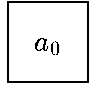
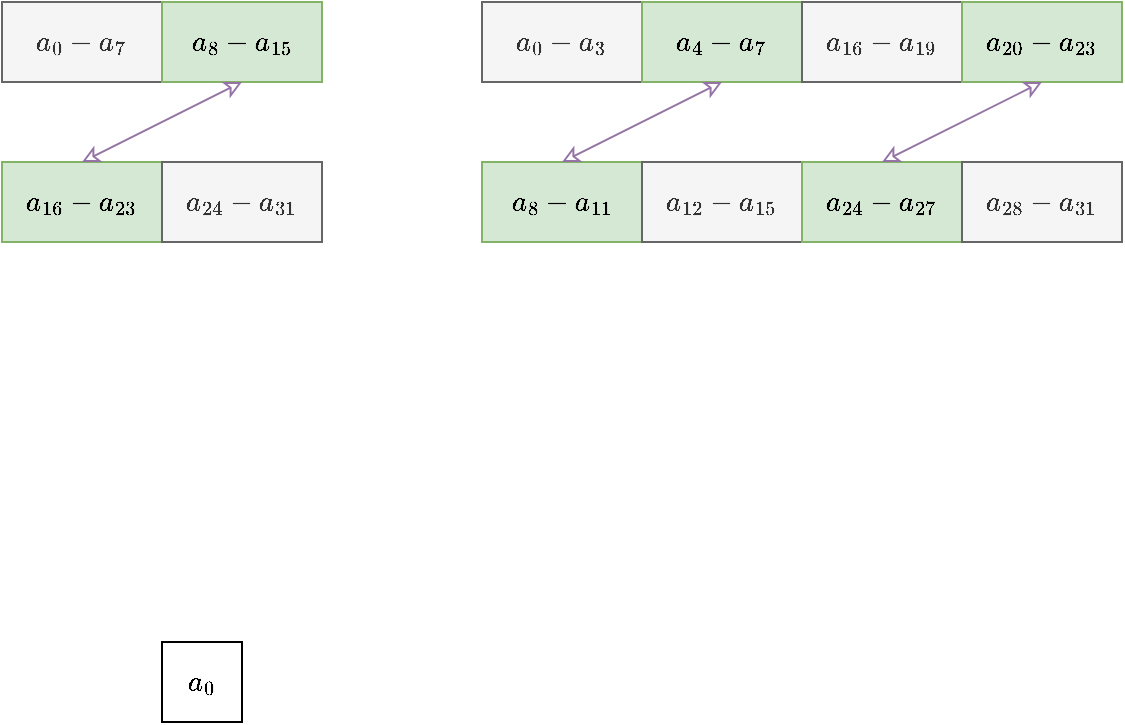
<mxfile host="app.diagrams.net" agent="Mozilla/5.0 (Windows NT 10.0; Win64; x64) AppleWebKit/537.36 (KHTML, like Gecko) Chrome/147.0.0.0 Safari/537.36" version="29.6.1">
  <diagram name="第 1 页" id="UbJ6MV8FVpi-ZYWMkB0j">
-     <mxGraphModel dx="1048" dy="558" grid="1" gridSize="10" guides="1" tooltips="1" connect="1" arrows="1" fold="1" page="1" pageScale="1" pageWidth="827" pageHeight="1169" math="1" shadow="0">
+     <mxGraphModel dx="762" dy="1129" grid="1" gridSize="10" guides="1" tooltips="1" connect="1" arrows="1" fold="1" page="1" pageScale="1" pageWidth="827" pageHeight="1169" math="1" shadow="0">
      <root>
        <mxCell id="0" />
        <mxCell id="1" parent="0" />
-         <mxCell id="G6SOBiEDir63Zw337Slv-2" parent="1" style="rounded=0;whiteSpace=wrap;html=1;fontFamily=Helvetica;" value="$$a_0$$" vertex="1">
-           <mxGeometry height="40" width="40" x="300" y="320" as="geometry" />
+         <mxCell id="G6SOBiEDir63Zw337Slv-2" parent="1" style="rounded=0;whiteSpace=wrap;html=1;fontFamily=Helvetica;fontSize=12;" value="$$a_0$$" vertex="1">
+           <mxGeometry height="40" width="40" x="120" y="400" as="geometry" />
+         </mxCell>
+         <mxCell id="FTr905Ipk6vJkZgdHHFr-1" parent="1" style="rounded=0;whiteSpace=wrap;html=1;fontSize=12;fillColor=#f5f5f5;fontColor=#333333;strokeColor=#666666;" value="$$a_{0} - a_{7}$$" vertex="1">
+           <mxGeometry height="40" width="80" x="40" y="80" as="geometry" />
+         </mxCell>
+         <mxCell id="FTr905Ipk6vJkZgdHHFr-2" parent="1" style="rounded=0;whiteSpace=wrap;html=1;fontSize=12;fillColor=#d5e8d4;strokeColor=#82b366;" value="$$a_{8} - a_{15}$$" vertex="1">
+           <mxGeometry height="40" width="80" x="120" y="80" as="geometry" />
+         </mxCell>
+         <mxCell id="FTr905Ipk6vJkZgdHHFr-3" parent="1" style="rounded=0;whiteSpace=wrap;html=1;fontSize=12;fillColor=#d5e8d4;strokeColor=#82b366;" value="$$a_{16} - a_{23}$$" vertex="1">
+           <mxGeometry height="40" width="80" x="40" y="160" as="geometry" />
+         </mxCell>
+         <mxCell id="FTr905Ipk6vJkZgdHHFr-4" parent="1" style="rounded=0;whiteSpace=wrap;html=1;fontSize=12;fillColor=#f5f5f5;fontColor=#333333;strokeColor=#666666;" value="$$a_{24} - a_{31}$$" vertex="1">
+           <mxGeometry height="40" width="80" x="120" y="160" as="geometry" />
+         </mxCell>
+         <mxCell id="FTr905Ipk6vJkZgdHHFr-5" edge="1" parent="1" source="FTr905Ipk6vJkZgdHHFr-3" style="rounded=0;orthogonalLoop=1;jettySize=auto;html=1;endArrow=classic;endFill=0;strokeWidth=1;fillColor=#e1d5e7;strokeColor=#9673a6;startArrow=classic;startFill=0;entryX=0.5;entryY=1;entryDx=0;entryDy=0;exitX=0.5;exitY=0;exitDx=0;exitDy=0;" target="FTr905Ipk6vJkZgdHHFr-2">
+           <mxGeometry relative="1" as="geometry">
+             <mxPoint x="80" y="150" as="sourcePoint" />
+             <mxPoint x="160" y="130" as="targetPoint" />
+           </mxGeometry>
+         </mxCell>
+         <mxCell id="FTr905Ipk6vJkZgdHHFr-6" parent="1" style="rounded=0;whiteSpace=wrap;html=1;fontSize=12;fillColor=#f5f5f5;fontColor=#333333;strokeColor=#666666;" value="$$a_{0} - a_{3}$$" vertex="1">
+           <mxGeometry height="40" width="80" x="280" y="80" as="geometry" />
+         </mxCell>
+         <mxCell id="FTr905Ipk6vJkZgdHHFr-7" parent="1" style="rounded=0;whiteSpace=wrap;html=1;fontSize=12;fillColor=#d5e8d4;strokeColor=#82b366;" value="$$a_{4} - a_{7}$$" vertex="1">
+           <mxGeometry height="40" width="80" x="360" y="80" as="geometry" />
+         </mxCell>
+         <mxCell id="FTr905Ipk6vJkZgdHHFr-8" parent="1" style="rounded=0;whiteSpace=wrap;html=1;fontSize=12;fillColor=#d5e8d4;strokeColor=#82b366;" value="$$a_{8} - a_{11}$$" vertex="1">
+           <mxGeometry height="40" width="80" x="280" y="160" as="geometry" />
+         </mxCell>
+         <mxCell id="FTr905Ipk6vJkZgdHHFr-9" parent="1" style="rounded=0;whiteSpace=wrap;html=1;fontSize=12;fillColor=#f5f5f5;fontColor=#333333;strokeColor=#666666;" value="$$a_{12} - a_{15}$$" vertex="1">
+           <mxGeometry height="40" width="80" x="360" y="160" as="geometry" />
+         </mxCell>
+         <mxCell id="FTr905Ipk6vJkZgdHHFr-10" edge="1" parent="1" source="FTr905Ipk6vJkZgdHHFr-8" style="rounded=0;orthogonalLoop=1;jettySize=auto;html=1;endArrow=classic;endFill=0;strokeWidth=1;fillColor=#e1d5e7;strokeColor=#9673a6;startArrow=classic;startFill=0;entryX=0.5;entryY=1;entryDx=0;entryDy=0;exitX=0.5;exitY=0;exitDx=0;exitDy=0;" target="FTr905Ipk6vJkZgdHHFr-7">
+           <mxGeometry relative="1" as="geometry">
+             <mxPoint x="320" y="150" as="sourcePoint" />
+             <mxPoint x="400" y="130" as="targetPoint" />
+           </mxGeometry>
+         </mxCell>
+         <mxCell id="FTr905Ipk6vJkZgdHHFr-11" parent="1" style="rounded=0;whiteSpace=wrap;html=1;fontSize=12;fillColor=#f5f5f5;fontColor=#333333;strokeColor=#666666;" value="$$a_{16} - a_{19}$$" vertex="1">
+           <mxGeometry height="40" width="80" x="440" y="80" as="geometry" />
+         </mxCell>
+         <mxCell id="FTr905Ipk6vJkZgdHHFr-12" parent="1" style="rounded=0;whiteSpace=wrap;html=1;fontSize=12;fillColor=#d5e8d4;strokeColor=#82b366;" value="$$a_{20} - a_{23}$$" vertex="1">
+           <mxGeometry height="40" width="80" x="520" y="80" as="geometry" />
+         </mxCell>
+         <mxCell id="FTr905Ipk6vJkZgdHHFr-13" parent="1" style="rounded=0;whiteSpace=wrap;html=1;fontSize=12;fillColor=#d5e8d4;strokeColor=#82b366;" value="$$a_{24} - a_{27}$$" vertex="1">
+           <mxGeometry height="40" width="80" x="440" y="160" as="geometry" />
+         </mxCell>
+         <mxCell id="FTr905Ipk6vJkZgdHHFr-14" parent="1" style="rounded=0;whiteSpace=wrap;html=1;fontSize=12;fillColor=#f5f5f5;fontColor=#333333;strokeColor=#666666;" value="$$a_{28} - a_{31}$$" vertex="1">
+           <mxGeometry height="40" width="80" x="520" y="160" as="geometry" />
+         </mxCell>
+         <mxCell id="FTr905Ipk6vJkZgdHHFr-15" edge="1" parent="1" source="FTr905Ipk6vJkZgdHHFr-13" style="rounded=0;orthogonalLoop=1;jettySize=auto;html=1;endArrow=classic;endFill=0;strokeWidth=1;fillColor=#e1d5e7;strokeColor=#9673a6;startArrow=classic;startFill=0;entryX=0.5;entryY=1;entryDx=0;entryDy=0;exitX=0.5;exitY=0;exitDx=0;exitDy=0;" target="FTr905Ipk6vJkZgdHHFr-12">
+           <mxGeometry relative="1" as="geometry">
+             <mxPoint x="480" y="150" as="sourcePoint" />
+             <mxPoint x="560" y="130" as="targetPoint" />
+           </mxGeometry>
        </mxCell>
      </root>
    </mxGraphModel>
  </diagram>
</mxfile>
